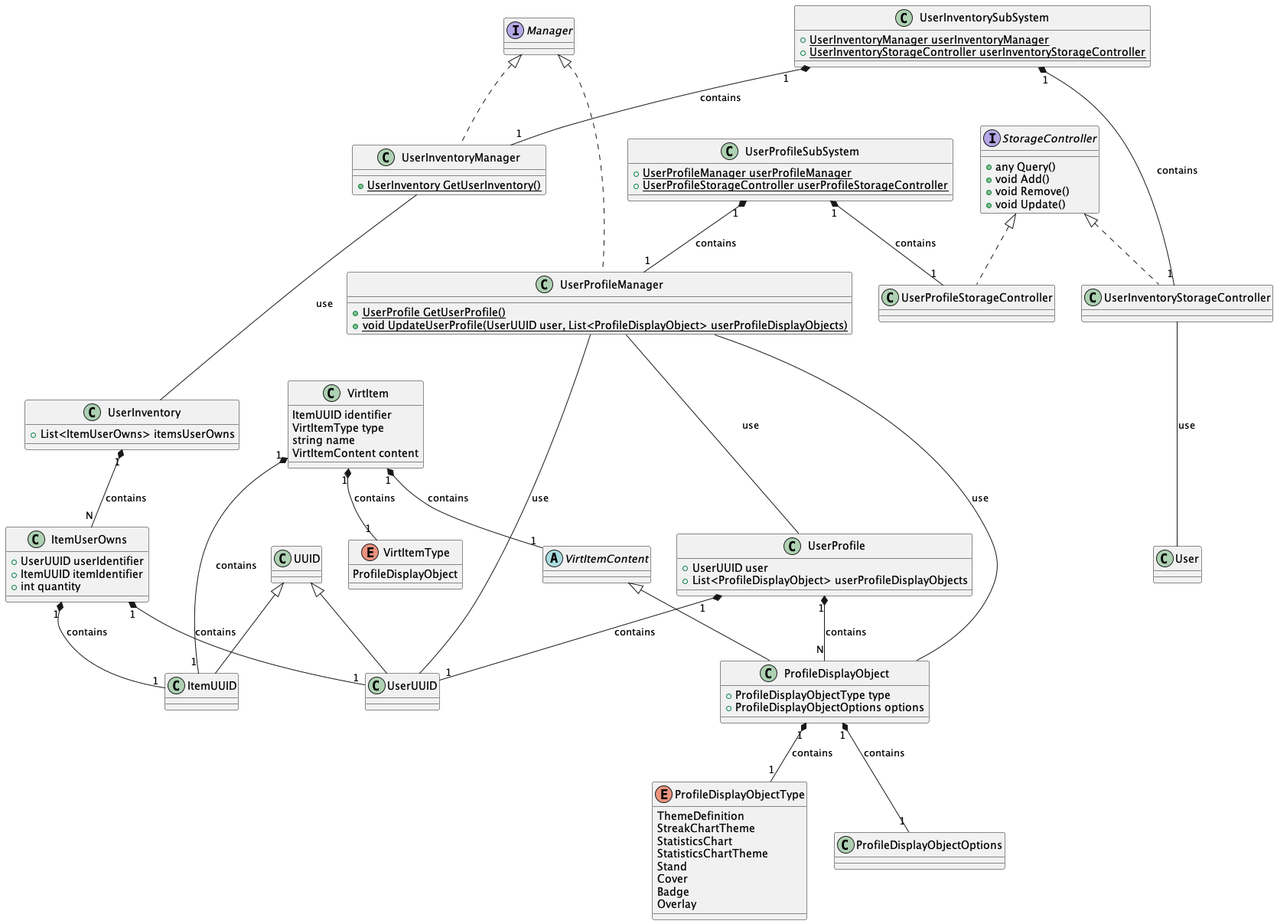
Earlier version of the PlantUML export rendered/UserProfileInventory.png (ShapeLayer/se-lecture-task__project-structure-definitions).
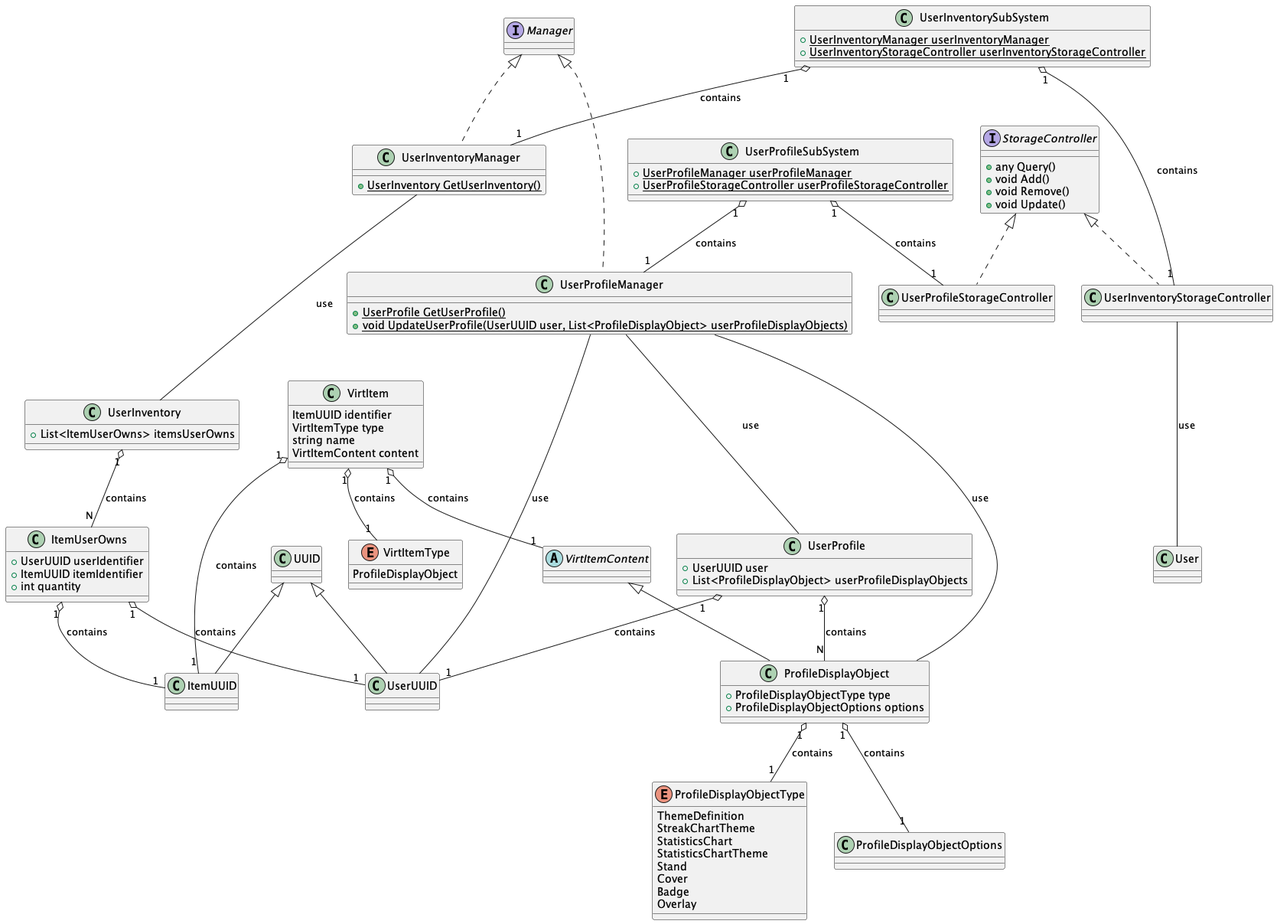
After the commit.

Change to the diagram source:
```diff
@@ -21,9 +21,9 @@
     VirtItemContent content
 }
 
-VirtItem "1" *-- "1" ItemUUID : contains
-VirtItem "1" *-- "1" VirtItemType : contains
-VirtItem "1" *-- "1" VirtItemContent : contains
+VirtItem "1" o-- "1" ItemUUID : contains
+VirtItem "1" o-- "1" VirtItemType : contains
+VirtItem "1" o-- "1" VirtItemContent : contains
 
 abstract class VirtItemContent {}
 
@@ -33,14 +33,14 @@
     + int quantity
 }
 
-ItemUserOwns "1" *-- "1" UserUUID : contains
-ItemUserOwns "1" *-- "1" ItemUUID : contains
+ItemUserOwns "1" o-- "1" UserUUID : contains
+ItemUserOwns "1" o-- "1" ItemUUID : contains
 
 class UserInventory {
     + List<ItemUserOwns> itemsUserOwns
 }
 
-UserInventory "1" *-- "N" ItemUserOwns : contains
+UserInventory "1" o-- "N" ItemUserOwns : contains
 
 class UserInventoryManager implements Manager {
     + {static} UserInventory GetUserInventory()
@@ -56,8 +56,8 @@
     + {static} UserInventoryStorageController userInventoryStorageController
 }
 
-UserInventorySubSystem "1" *-- "1" UserInventoryManager : contains
-UserInventorySubSystem "1" *-- "1" UserInventoryStorageController : contains
+UserInventorySubSystem "1" o-- "1" UserInventoryManager : contains
+UserInventorySubSystem "1" o-- "1" UserInventoryStorageController : contains
 
 enum ProfileDisplayObjectType {
     ThemeDefinition
@@ -77,16 +77,16 @@
     + ProfileDisplayObjectOptions options
 }
 
-ProfileDisplayObject "1" *-- "1" ProfileDisplayObjectType : contains
-ProfileDisplayObject "1" *-- "1" ProfileDisplayObjectOptions : contains
+ProfileDisplayObject "1" o-- "1" ProfileDisplayObjectType : contains
+ProfileDisplayObject "1" o-- "1" ProfileDisplayObjectOptions : contains
 
 class UserProfile {
     + UserUUID user
     + List<ProfileDisplayObject> userProfileDisplayObjects
 }
 
-UserProfile "1" *-- "1" UserUUID : contains
-UserProfile "1" *-- "N" ProfileDisplayObject : contains
+UserProfile "1" o-- "1" UserUUID : contains
+UserProfile "1" o-- "N" ProfileDisplayObject : contains
 
 class UserProfileManager implements Manager {
     + {static} UserProfile GetUserProfile()
@@ -103,7 +103,7 @@
     + {static} UserProfileStorageController userProfileStorageController
 }
 
-UserProfileSubSystem "1" *-- "1" UserProfileManager : contains
-UserProfileSubSystem "1" *-- "1" UserProfileStorageController : contains
+UserProfileSubSystem "1" o-- "1" UserProfileManager : contains
+UserProfileSubSystem "1" o-- "1" UserProfileStorageController : contains
 
 @enduml
```
